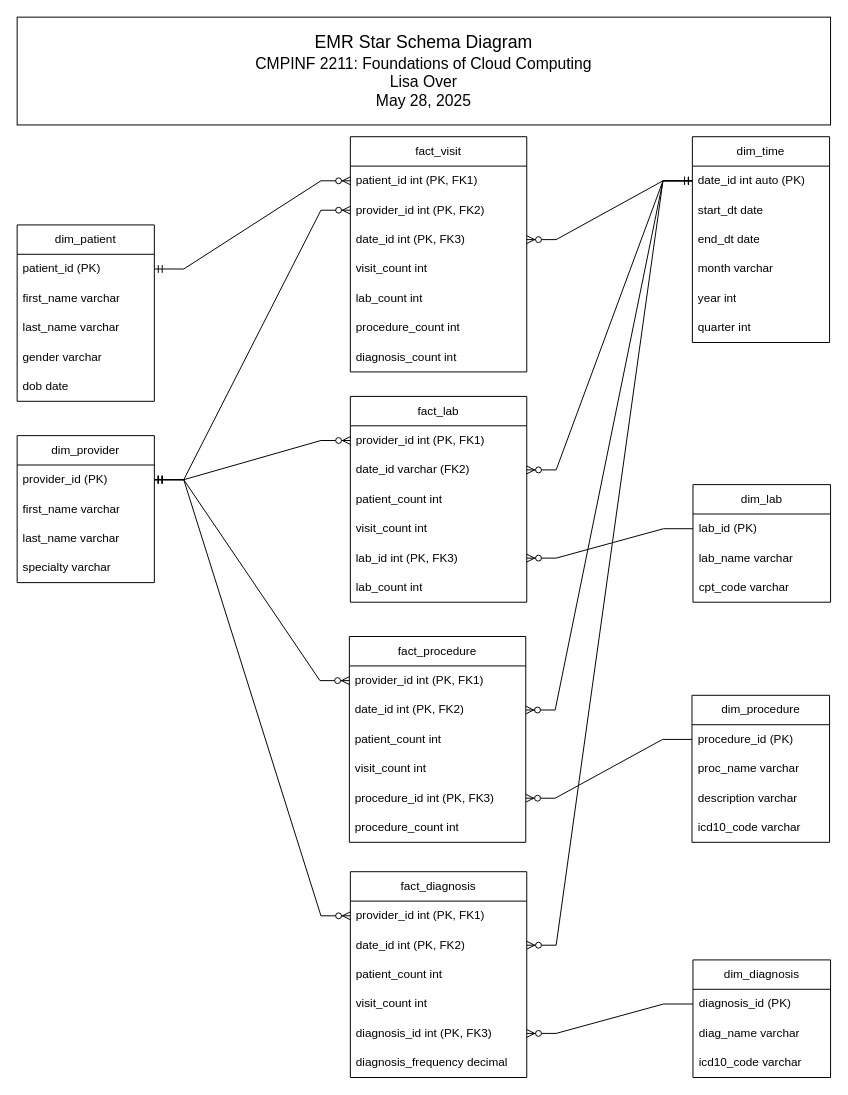
Earlier version of the draw.io diagram EMR_Star_Schema/schema_diagram.drawio (sandbox-lisa/drawio). Source tidied: cells renumbered, new cells numbered last; positions are measured from the earlier drawing's top-left corner, leaving out a move shared by most shapes. Both pictures are drawn from the tidied source at 98%, with x=0, y=0 at pixel (17, 17).
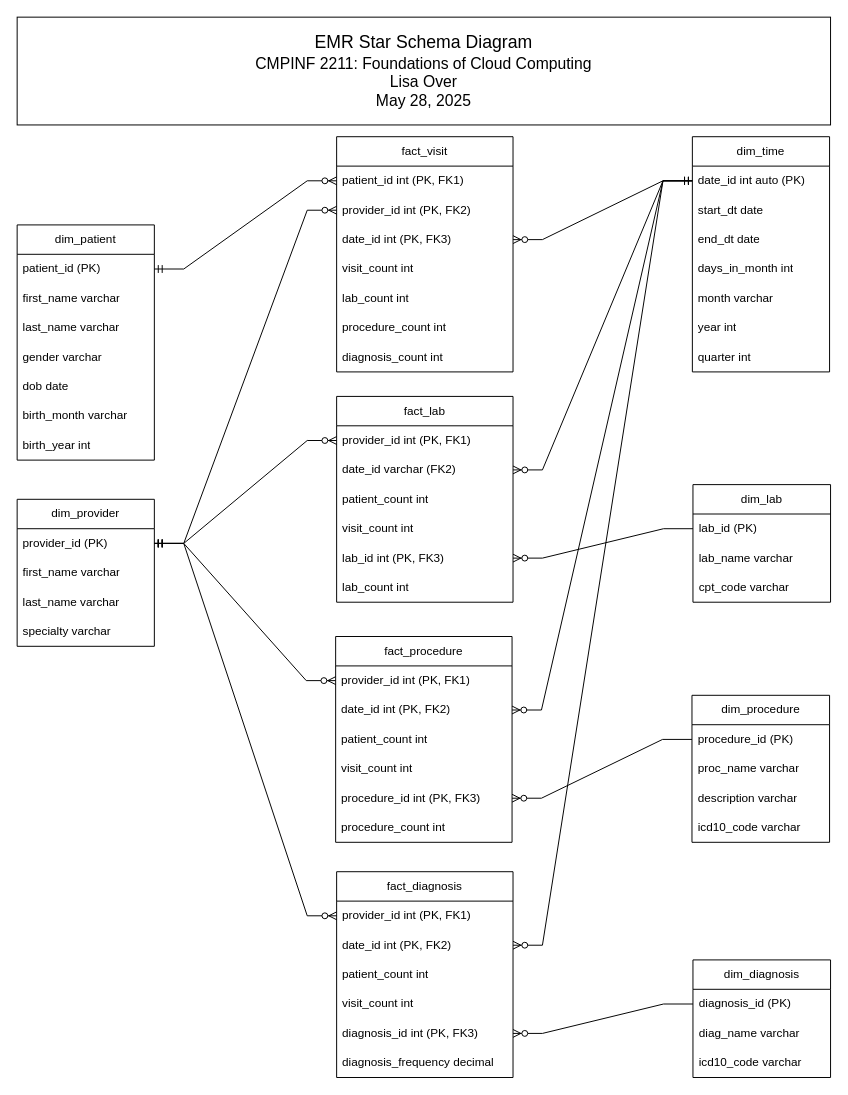
The same diagram, later.

What changed in the source:
```diff
@@
     <mxCell id="2" value="fact_visit" style="swimlane;fontStyle=0;horizontal=1;startSize=30;whiteSpace=wrap;html=1;" parent="1" vertex="1">
-      <mxGeometry x="340" y="122" width="180" height="240" as="geometry" />
+      <mxGeometry x="326" y="122" width="180" height="240" as="geometry" />
     </mxCell>
@@
     <mxCell id="10" value="dim_time" style="swimlane;fontStyle=0;horizontal=1;startSize=30;whiteSpace=wrap;html=1;" parent="1" vertex="1">
-      <mxGeometry x="689" y="122" width="140" height="210" as="geometry" />
+      <mxGeometry x="689" y="122" width="140" height="240" as="geometry" />
     </mxCell>
@@
+    <mxCell id="75" value="days_in_month int" style="text;strokeColor=none;fillColor=none;align=left;verticalAlign=middle;spacingLeft=4;spacingRight=4;overflow=hidden;whiteSpace=wrap;html=1;" parent="10" vertex="1">
+      <mxGeometry y="120" width="140" height="30" as="geometry" />
+    </mxCell>
     <mxCell id="14" value="month varchar" style="text;strokeColor=none;fillColor=none;align=left;verticalAlign=middle;spacingLeft=4;spacingRight=4;overflow=hidden;whiteSpace=wrap;html=1;" parent="10" vertex="1">
-      <mxGeometry y="120" width="140" height="30" as="geometry" />
+      <mxGeometry y="150" width="140" height="30" as="geometry" />
     </mxCell>
     <mxCell id="15" value="year int" style="text;strokeColor=none;fillColor=none;align=left;verticalAlign=middle;spacingLeft=4;spacingRight=4;overflow=hidden;whiteSpace=wrap;html=1;" parent="10" vertex="1">
-      <mxGeometry y="150" width="140" height="30" as="geometry" />
+      <mxGeometry y="180" width="140" height="30" as="geometry" />
     </mxCell>
     <mxCell id="16" value="quarter int" style="text;strokeColor=none;fillColor=none;align=left;verticalAlign=middle;spacingLeft=4;spacingRight=4;overflow=hidden;whiteSpace=wrap;html=1;" parent="10" vertex="1">
-      <mxGeometry y="180" width="140" height="30" as="geometry" />
+      <mxGeometry y="210" width="140" height="30" as="geometry" />
     </mxCell>
     <mxCell id="17" value="dim_patient" style="swimlane;fontStyle=0;horizontal=1;startSize=30;whiteSpace=wrap;html=1;" parent="1" vertex="1">
-      <mxGeometry y="212" width="140" height="180" as="geometry" />
+      <mxGeometry y="212" width="140" height="240" as="geometry" />
     </mxCell>
@@
+    <mxCell id="76" value="birth_month varchar" style="text;strokeColor=none;fillColor=none;align=left;verticalAlign=middle;spacingLeft=4;spacingRight=4;overflow=hidden;whiteSpace=wrap;html=1;" parent="17" vertex="1">
+      <mxGeometry y="180" width="140" height="30" as="geometry" />
+    </mxCell>
+    <mxCell id="77" value="birth_year int" style="text;strokeColor=none;fillColor=none;align=left;verticalAlign=middle;spacingLeft=4;spacingRight=4;overflow=hidden;whiteSpace=wrap;html=1;" parent="17" vertex="1">
+      <mxGeometry y="210" width="140" height="30" as="geometry" />
+    </mxCell>
     <mxCell id="23" value="dim_provider" style="swimlane;fontStyle=0;horizontal=1;startSize=30;whiteSpace=wrap;html=1;" parent="1" vertex="1">
-      <mxGeometry y="427" width="140" height="150" as="geometry" />
+      <mxGeometry y="492" width="140" height="150" as="geometry" />
     </mxCell>
@@
     <mxCell id="33" value="fact_lab" style="swimlane;fontStyle=0;horizontal=1;startSize=30;whiteSpace=wrap;html=1;" parent="1" vertex="1">
-      <mxGeometry x="340" y="387" width="180" height="210" as="geometry" />
+      <mxGeometry x="326" y="387" width="180" height="210" as="geometry" />
     </mxCell>
@@
     <mxCell id="52" value="fact_procedure" style="swimlane;fontStyle=0;horizontal=1;startSize=30;whiteSpace=wrap;html=1;" parent="1" vertex="1">
-      <mxGeometry x="339" y="632" width="180" height="210" as="geometry" />
+      <mxGeometry x="325" y="632" width="180" height="210" as="geometry" />
     </mxCell>
@@
     <mxCell id="59" value="fact_diagnosis" style="swimlane;fontStyle=0;horizontal=1;startSize=30;whiteSpace=wrap;html=1;" parent="1" vertex="1">
-      <mxGeometry x="340" y="872" width="180" height="210" as="geometry" />
+      <mxGeometry x="326" y="872" width="180" height="210" as="geometry" />
     </mxCell>
```
